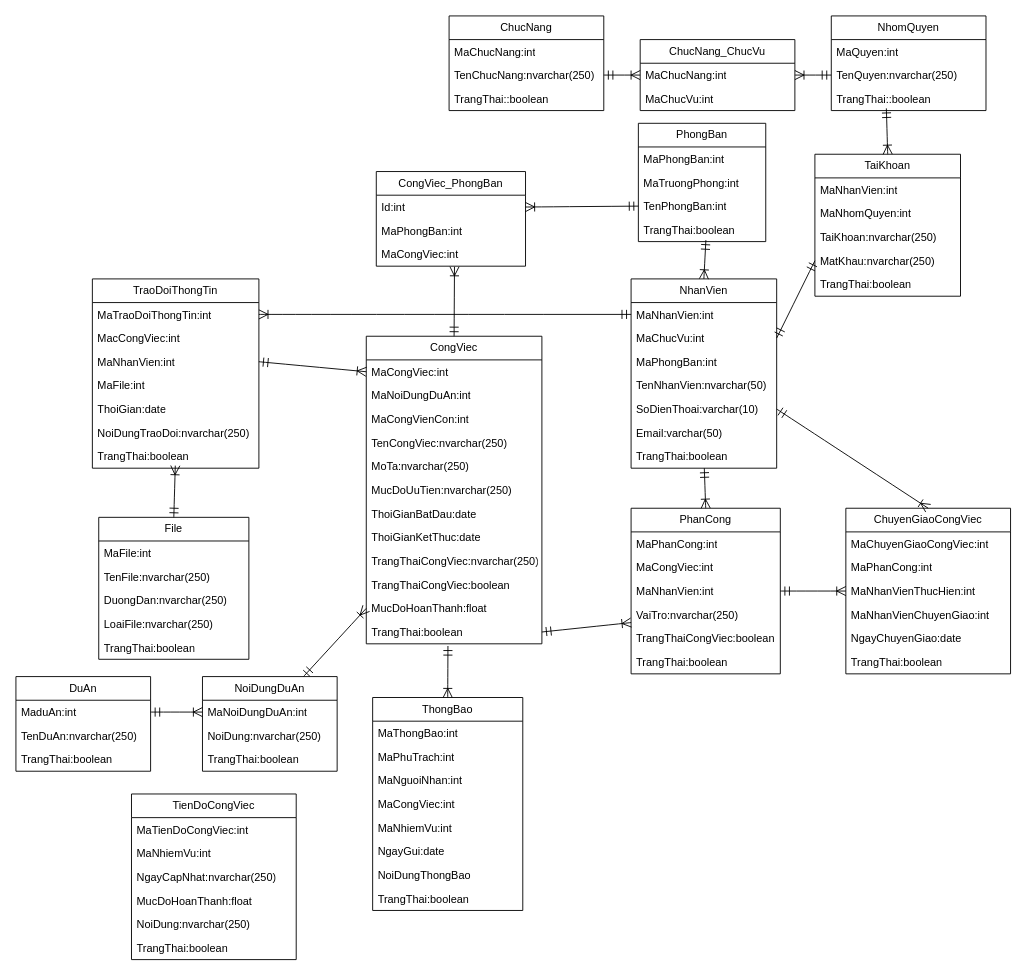
The draw.io diagram new dacn+.net.drawio in maivantai2003/vercelDemo, before the edit. Source tidied: cells renumbered, new cells numbered last; positions are measured from the earlier drawing's top-left corner, leaving out a move shared by most shapes. Both pictures are drawn from the tidied source at 91%, with x=0, y=0 at pixel (15, 15).
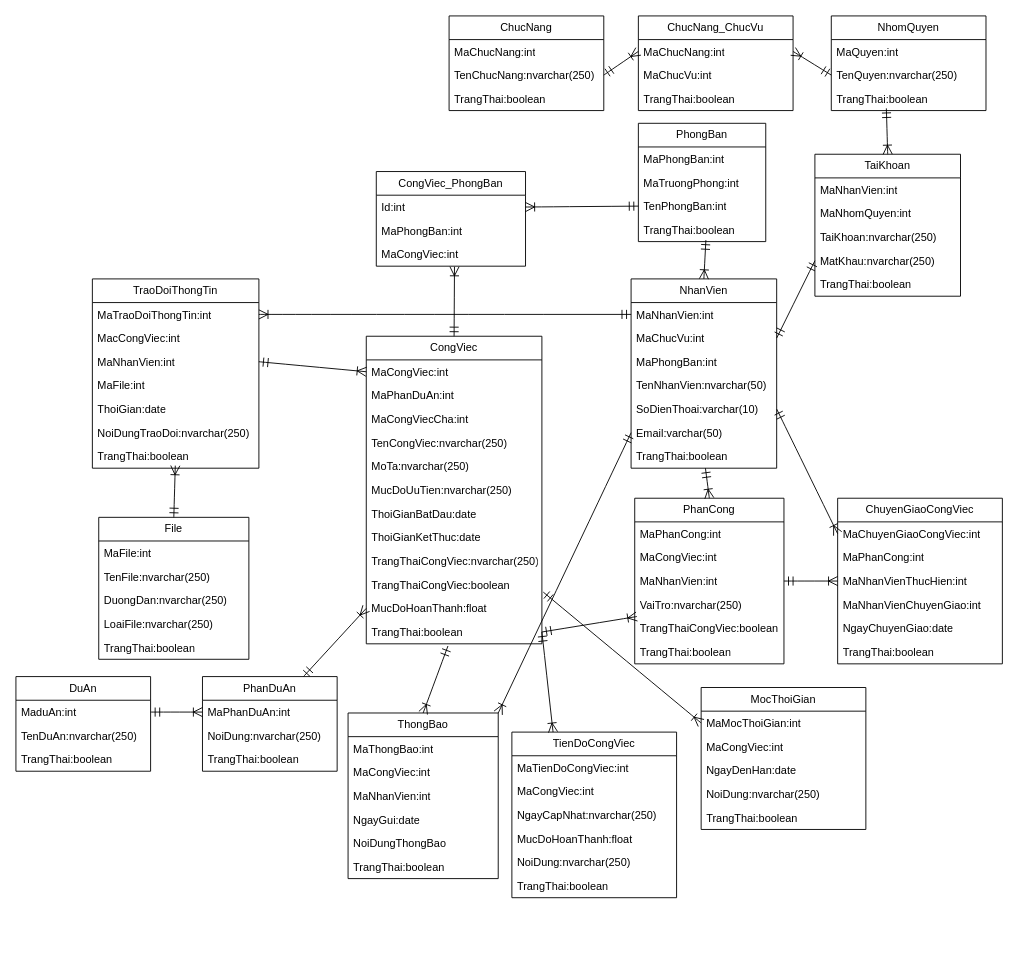
The same page after the edit.

Commit message:
Cập nhật new dacn+.net.drawio

Unchanged cells that the change refers to:
```xml
<mxCell id="14" value="CongViec" style="swimlane;fontStyle=0;horizontal=1;startSize=26;fillColor=none;whiteSpace=wrap;html=1;" parent="1" vertex="1">
  <mxGeometry x="385" y="352" width="193" height="338" as="geometry" />
</mxCell>
<mxCell id="24" value="TrangThaiCongViec:boolean" style="text;strokeColor=none;fillColor=none;align=left;verticalAlign=top;spacingLeft=4;spacingRight=4;overflow=hidden;points=[[0,0.5],[1,0.5]];portConstraint=eastwest;whiteSpace=wrap;html=1;" parent="14" vertex="1">
  <mxGeometry y="260" width="193" height="26" as="geometry" />
</mxCell>
<mxCell id="26" value="TrangThai:boolean" style="text;strokeColor=none;fillColor=none;align=left;verticalAlign=top;spacingLeft=4;spacingRight=4;overflow=hidden;points=[[0,0.5],[1,0.5]];portConstraint=eastwest;whiteSpace=wrap;html=1;" parent="14" vertex="1">
  <mxGeometry y="312" width="193" height="26" as="geometry" />
</mxCell>
<mxCell id="27" value="ChucNang" style="swimlane;fontStyle=0;horizontal=1;startSize=26;fillColor=none;whiteSpace=wrap;html=1;" parent="1" vertex="1">
  <mxGeometry x="476" width="170" height="104" as="geometry" />
</mxCell>
<mxCell id="34" value="NhomQuyen" style="swimlane;fontStyle=0;horizontal=1;startSize=26;fillColor=none;whiteSpace=wrap;html=1;" parent="1" vertex="1">
  <mxGeometry x="896" width="170" height="104" as="geometry" />
</mxCell>
<mxCell id="51" value="SoDienThoai:varchar(10)" style="text;strokeColor=none;fillColor=none;align=left;verticalAlign=top;spacingLeft=4;spacingRight=4;overflow=hidden;points=[[0,0.5],[1,0.5]];portConstraint=eastwest;whiteSpace=wrap;html=1;" parent="46" vertex="1">
  <mxGeometry y="130" width="160" height="26" as="geometry" />
</mxCell>
<mxCell id="52" value="Email:varchar(50)" style="text;strokeColor=none;fillColor=none;align=left;verticalAlign=top;spacingLeft=4;spacingRight=4;overflow=hidden;points=[[0,0.5],[1,0.5]];portConstraint=eastwest;whiteSpace=wrap;html=1;" parent="46" vertex="1">
  <mxGeometry y="156" width="160" height="26" as="geometry" />
</mxCell>
<mxCell id="110" value="MaChuyenGiaoCongViec:int" style="text;strokeColor=none;fillColor=none;align=left;verticalAlign=top;spacingLeft=4;spacingRight=4;overflow=hidden;points=[[0,0.5],[1,0.5]];portConstraint=eastwest;whiteSpace=wrap;html=1;" parent="109" vertex="1">
  <mxGeometry y="26" width="181" height="26" as="geometry" />
</mxCell>
```

Change to the diagram source:
```diff
@@
-    <mxCell id="16" value="MaNoiDungDuAn:int" style="text;strokeColor=none;fillColor=none;align=left;verticalAlign=top;spacingLeft=4;spacingRight=4;overflow=hidden;whiteSpace=wrap;html=1;" parent="14" vertex="1">
+    <mxCell id="16" value="MaPhanDuAn:int" style="text;strokeColor=none;fillColor=none;align=left;verticalAlign=top;spacingLeft=4;spacingRight=4;overflow=hidden;whiteSpace=wrap;html=1;" parent="14" vertex="1">
       <mxGeometry y="52" width="193" height="26" as="geometry" />
     </mxCell>
-    <mxCell id="17" value="MaCongVienCon:int" style="text;strokeColor=none;fillColor=none;align=left;verticalAlign=top;spacingLeft=4;spacingRight=4;overflow=hidden;whiteSpace=wrap;html=1;" parent="14" vertex="1">
+    <mxCell id="17" value="MaCongViecCha:int" style="text;strokeColor=none;fillColor=none;align=left;verticalAlign=top;spacingLeft=4;spacingRight=4;overflow=hidden;whiteSpace=wrap;html=1;" parent="14" vertex="1">
       <mxGeometry y="78" width="193" height="26" as="geometry" />
     </mxCell>
@@
-    <mxCell id="30" value="TrangThai::boolean" style="text;strokeColor=none;fillColor=none;align=left;verticalAlign=top;spacingLeft=4;spacingRight=4;overflow=hidden;whiteSpace=wrap;html=1;" parent="27" vertex="1">
+    <mxCell id="30" value="TrangThai:boolean" style="text;strokeColor=none;fillColor=none;align=left;verticalAlign=top;spacingLeft=4;spacingRight=4;overflow=hidden;whiteSpace=wrap;html=1;" parent="27" vertex="1">
       <mxGeometry y="78" width="170" height="26" as="geometry" />
     </mxCell>
     <mxCell id="31" value="ChucNang_ChucVu" style="swimlane;fontStyle=0;horizontal=1;startSize=26;fillColor=none;whiteSpace=wrap;html=1;" parent="1" vertex="1">
-      <mxGeometry x="686" y="26" width="170" height="78" as="geometry" />
+      <mxGeometry x="684" width="170" height="104" as="geometry" />
     </mxCell>
@@
+    <mxCell id="119" value="TrangThai:boolean" style="text;strokeColor=none;fillColor=none;align=left;verticalAlign=top;spacingLeft=4;spacingRight=4;overflow=hidden;whiteSpace=wrap;html=1;" parent="31" vertex="1">
+      <mxGeometry y="78" width="170" height="26" as="geometry" />
+    </mxCell>
@@
-    <mxCell id="37" value="TrangThai::boolean" style="text;strokeColor=none;fillColor=none;align=left;verticalAlign=top;spacingLeft=4;spacingRight=4;overflow=hidden;points=[[0,0.5],[1,0.5]];portConstraint=eastwest;whiteSpace=wrap;html=1;" parent="34" vertex="1">
+    <mxCell id="37" value="TrangThai:boolean" style="text;strokeColor=none;fillColor=none;align=left;verticalAlign=top;spacingLeft=4;spacingRight=4;overflow=hidden;points=[[0,0.5],[1,0.5]];portConstraint=eastwest;whiteSpace=wrap;html=1;" parent="34" vertex="1">
       <mxGeometry y="78" width="170" height="26" as="geometry" />
     </mxCell>
@@
     <mxCell id="58" value="PhanCong" style="swimlane;fontStyle=0;horizontal=1;startSize=26;fillColor=none;whiteSpace=wrap;html=1;" parent="1" vertex="1">
-      <mxGeometry x="676" y="541" width="164" height="182" as="geometry" />
+      <mxGeometry x="680" y="530" width="164" height="182" as="geometry" />
     </mxCell>
@@
+    <mxCell id="120" style="edgeStyle=none;curved=1;rounded=0;jettySize=auto;html=1;exitX=0.25;exitY=0;exitDx=0;exitDy=0;entryX=1;entryY=0.5;entryDx=0;entryDy=0;fontSize=12;startSize=8;endSize=8;startArrow=ERoneToMany;startFill=0;endArrow=ERmandOne;endFill=0;" parent="1" edge="1" source="81" target="26">
+      <mxGeometry relative="1" as="geometry" />
+    </mxCell>
     <mxCell id="81" value="TienDoCongViec" style="swimlane;fontStyle=0;horizontal=1;startSize=26;fillColor=none;whiteSpace=wrap;html=1;" parent="1" vertex="1">
-      <mxGeometry x="127" y="855" width="181" height="182" as="geometry" />
+      <mxGeometry x="545" y="787" width="181" height="182" as="geometry" />
     </mxCell>
@@
-    <mxCell id="83" value="MaNhiemVu:int" style="text;strokeColor=none;fillColor=none;align=left;verticalAlign=top;spacingLeft=4;spacingRight=4;overflow=hidden;whiteSpace=wrap;html=1;" parent="81" vertex="1">
+    <mxCell id="83" value="MaCongViec:int" style="text;strokeColor=none;fillColor=none;align=left;verticalAlign=top;spacingLeft=4;spacingRight=4;overflow=hidden;whiteSpace=wrap;html=1;" parent="81" vertex="1">
       <mxGeometry y="52" width="181" height="26" as="geometry" />
     </mxCell>
@@
     <mxCell id="88" value="ThongBao" style="swimlane;fontStyle=0;horizontal=1;startSize=26;fillColor=none;whiteSpace=wrap;html=1;" parent="1" vertex="1">
-      <mxGeometry x="392" y="749" width="165" height="234" as="geometry" />
+      <mxGeometry x="365" y="766" width="165" height="182" as="geometry" />
     </mxCell>
@@
-    <mxCell id="90" value="MaPhuTrach:int" style="text;strokeColor=none;fillColor=none;align=left;verticalAlign=top;spacingLeft=4;spacingRight=4;overflow=hidden;whiteSpace=wrap;html=1;" parent="88" vertex="1">
-      <mxGeometry y="52" width="165" height="26" as="geometry" />
-    </mxCell>
-    <mxCell id="91" value="MaNguoiNhan:int" style="text;strokeColor=none;fillColor=none;align=left;verticalAlign=top;spacingLeft=4;spacingRight=4;overflow=hidden;whiteSpace=wrap;html=1;" parent="88" vertex="1">
-      <mxGeometry y="78" width="165" height="26" as="geometry" />
-    </mxCell>
     <mxCell id="92" value="MaCongViec:int" style="text;strokeColor=none;fillColor=none;align=left;verticalAlign=top;spacingLeft=4;spacingRight=4;overflow=hidden;whiteSpace=wrap;html=1;" parent="88" vertex="1">
-      <mxGeometry y="104" width="165" height="26" as="geometry" />
+      <mxGeometry y="52" width="165" height="26" as="geometry" />
     </mxCell>
-    <mxCell id="93" value="MaNhiemVu:int" style="text;strokeColor=none;fillColor=none;align=left;verticalAlign=top;spacingLeft=4;spacingRight=4;overflow=hidden;whiteSpace=wrap;html=1;" parent="88" vertex="1">
-      <mxGeometry y="130" width="165" height="26" as="geometry" />
-    </mxCell>
+    <mxCell id="121" value="MaNhanVien:int" style="text;strokeColor=none;fillColor=none;align=left;verticalAlign=top;spacingLeft=4;spacingRight=4;overflow=hidden;whiteSpace=wrap;html=1;" parent="88" vertex="1">
+      <mxGeometry y="78" width="165" height="26" as="geometry" />
+    </mxCell>
     <mxCell id="94" value="NgayGui:date" style="text;strokeColor=none;fillColor=none;align=left;verticalAlign=top;spacingLeft=4;spacingRight=4;overflow=hidden;whiteSpace=wrap;html=1;" parent="88" vertex="1">
-      <mxGeometry y="156" width="165" height="26" as="geometry" />
+      <mxGeometry y="104" width="165" height="26" as="geometry" />
     </mxCell>
     <mxCell id="95" value="NoiDungThongBao" style="text;strokeColor=none;fillColor=none;align=left;verticalAlign=top;spacingLeft=4;spacingRight=4;overflow=hidden;whiteSpace=wrap;html=1;" parent="88" vertex="1">
-      <mxGeometry y="182" width="165" height="26" as="geometry" />
+      <mxGeometry y="130" width="165" height="26" as="geometry" />
     </mxCell>
     <mxCell id="96" value="TrangThai:boolean" style="text;strokeColor=none;fillColor=none;align=left;verticalAlign=top;spacingLeft=4;spacingRight=4;overflow=hidden;whiteSpace=wrap;html=1;" parent="88" vertex="1">
-      <mxGeometry y="208" width="165" height="26" as="geometry" />
+      <mxGeometry y="156" width="165" height="26" as="geometry" />
     </mxCell>
@@
-    <mxCell id="105" value="NoiDungDuAn" style="swimlane;fontStyle=0;horizontal=1;startSize=26;fillColor=none;whiteSpace=wrap;html=1;" parent="1" vertex="1">
+    <mxCell id="105" value="PhanDuAn" style="swimlane;fontStyle=0;horizontal=1;startSize=26;fillColor=none;whiteSpace=wrap;html=1;" parent="1" vertex="1">
       <mxGeometry x="205" y="726" width="148" height="104" as="geometry" />
     </mxCell>
-    <mxCell id="106" value="MaNoiDungDuAn:int" style="text;strokeColor=none;fillColor=none;align=left;verticalAlign=top;spacingLeft=4;spacingRight=4;overflow=hidden;points=[[0,0.5],[1,0.5]];portConstraint=eastwest;whiteSpace=wrap;html=1;" parent="105" vertex="1">
+    <mxCell id="106" value="MaPhanDuAn:int" style="text;strokeColor=none;fillColor=none;align=left;verticalAlign=top;spacingLeft=4;spacingRight=4;overflow=hidden;points=[[0,0.5],[1,0.5]];portConstraint=eastwest;whiteSpace=wrap;html=1;" parent="105" vertex="1">
       <mxGeometry y="26" width="148" height="26" as="geometry" />
     </mxCell>
@@
     <mxCell id="109" value="ChuyenGiaoCongViec" style="swimlane;fontStyle=0;horizontal=1;startSize=26;fillColor=none;whiteSpace=wrap;html=1;" parent="1" vertex="1">
-      <mxGeometry x="912" y="541" width="181" height="182" as="geometry" />
+      <mxGeometry x="903" y="530" width="181" height="182" as="geometry" />
     </mxCell>
@@
-    <mxCell id="118" style="edgeStyle=none;curved=1;rounded=0;jettySize=auto;html=1;exitX=1;exitY=0.5;exitDx=0;exitDy=0;entryX=0.5;entryY=0;entryDx=0;entryDy=0;fontSize=12;startSize=8;endSize=8;endArrow=ERoneToMany;endFill=0;startArrow=ERmandOne;startFill=0;" parent="1" edge="1" source="51" target="109">
+    <mxCell id="118" style="edgeStyle=none;curved=1;rounded=0;jettySize=auto;html=1;exitX=1;exitY=0.5;exitDx=0;exitDy=0;entryX=0;entryY=0.5;entryDx=0;entryDy=0;fontSize=12;startSize=8;endSize=8;endArrow=ERoneToMany;endFill=0;startArrow=ERmandOne;startFill=0;" parent="1" edge="1" source="51" target="110">
       <mxGeometry relative="1" as="geometry" />
     </mxCell>
+    <mxCell id="122" value="MocThoiGian" style="swimlane;fontStyle=0;horizontal=1;startSize=26;fillColor=none;whiteSpace=wrap;html=1;" parent="1" vertex="1">
+      <mxGeometry x="753" y="738" width="181" height="156" as="geometry" />
+    </mxCell>
+    <mxCell id="123" value="MaMocThoiGian:int" style="text;strokeColor=none;fillColor=none;align=left;verticalAlign=top;spacingLeft=4;spacingRight=4;overflow=hidden;points=[[0,0.5],[1,0.5]];portConstraint=eastwest;whiteSpace=wrap;html=1;" parent="122" vertex="1">
+      <mxGeometry y="26" width="181" height="26" as="geometry" />
+    </mxCell>
+    <mxCell id="124" value="MaCongViec:int" style="text;strokeColor=none;fillColor=none;align=left;verticalAlign=top;spacingLeft=4;spacingRight=4;overflow=hidden;whiteSpace=wrap;html=1;" parent="122" vertex="1">
+      <mxGeometry y="52" width="181" height="26" as="geometry" />
+    </mxCell>
+    <mxCell id="125" value="NgayDenHan:date" style="text;strokeColor=none;fillColor=none;align=left;verticalAlign=top;spacingLeft=4;spacingRight=4;overflow=hidden;whiteSpace=wrap;html=1;" parent="122" vertex="1">
+      <mxGeometry y="78" width="181" height="26" as="geometry" />
+    </mxCell>
+    <mxCell id="126" value="NoiDung:nvarchar(250)" style="text;strokeColor=none;fillColor=none;align=left;verticalAlign=top;spacingLeft=4;spacingRight=4;overflow=hidden;whiteSpace=wrap;html=1;" parent="122" vertex="1">
+      <mxGeometry y="104" width="181" height="26" as="geometry" />
+    </mxCell>
+    <mxCell id="127" value="TrangThai:boolean" style="text;strokeColor=none;fillColor=none;align=left;verticalAlign=top;spacingLeft=4;spacingRight=4;overflow=hidden;whiteSpace=wrap;html=1;" parent="122" vertex="1">
+      <mxGeometry y="130" width="181" height="26" as="geometry" />
+    </mxCell>
+    <mxCell id="128" style="edgeStyle=none;curved=1;rounded=0;jettySize=auto;html=1;exitX=0;exitY=0.5;exitDx=0;exitDy=0;entryX=1.008;entryY=0.815;entryDx=0;entryDy=0;entryPerimeter=0;fontSize=12;startSize=8;endSize=8;startArrow=ERoneToMany;startFill=0;endArrow=ERmandOne;endFill=0;" parent="1" edge="1" source="123" target="24">
+      <mxGeometry relative="1" as="geometry" />
+    </mxCell>
+    <mxCell id="129" style="edgeStyle=none;curved=1;rounded=0;jettySize=auto;html=1;exitX=0;exitY=0.5;exitDx=0;exitDy=0;entryX=1;entryY=0;entryDx=0;entryDy=0;fontSize=12;startSize=8;endSize=8;endArrow=ERoneToMany;endFill=0;startArrow=ERmandOne;startFill=0;" parent="1" edge="1" source="52" target="88">
+      <mxGeometry relative="1" as="geometry" />
+    </mxCell>
```
